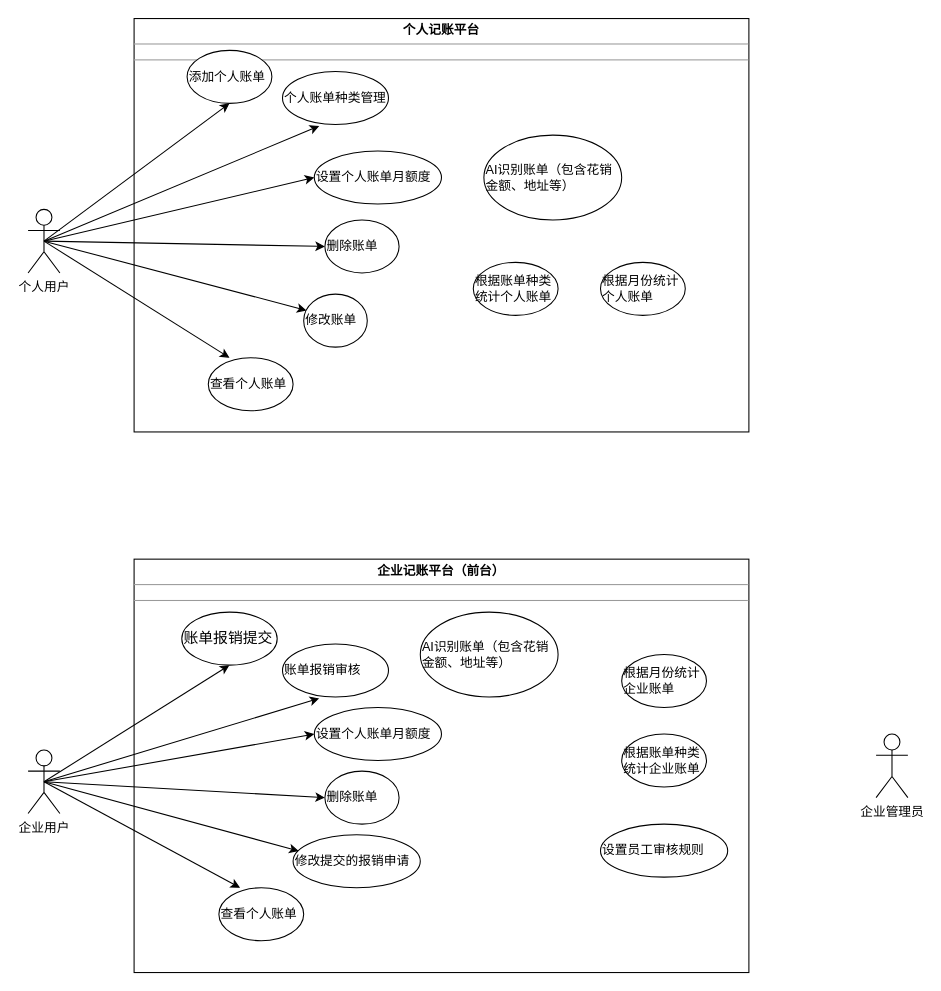
Above: 毕设/账单平台用例图.drawio in imrole/UML (draw.io), before the change. Source tidied: cells renumbered, new cells numbered last; positions are measured from the earlier drawing's top-left corner, leaving out a move shared by most shapes. Both pictures are drawn from the tidied source at 106%, with x=0, y=0 at pixel (28, 18).
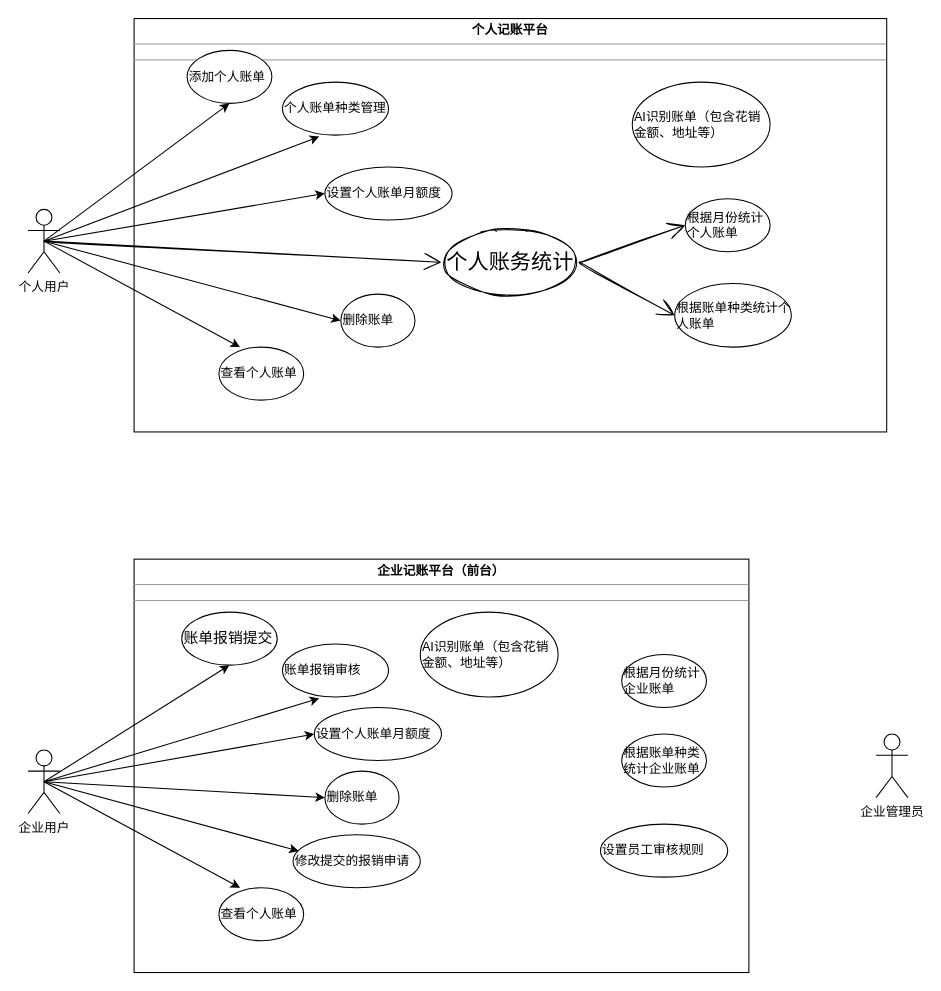
Above is the later version.

Commit message:
Update 账单平台用例图.drawio

The change refers to these unchanged cells:
```xml
<mxCell id="9" value="个人用户" style="shape=umlActor;verticalLabelPosition=bottom;verticalAlign=top;html=1;" parent="1" vertex="1">
  <mxGeometry y="180" width="30" height="60" as="geometry" />
</mxCell>
```

The edit, as a diff of the source:
```diff
@@
     <mxCell id="2" value="&lt;p style=&quot;margin: 0px ; margin-top: 4px ; text-align: center&quot;&gt;&lt;b&gt;个人记账平台&lt;/b&gt;&lt;/p&gt;&lt;hr size=&quot;1&quot;&gt;&lt;div style=&quot;height: 2px&quot;&gt;&lt;/div&gt;&lt;hr size=&quot;1&quot;&gt;&lt;div style=&quot;height: 2px&quot;&gt;&lt;/div&gt;" style="verticalAlign=top;align=left;overflow=fill;fontSize=12;fontFamily=Helvetica;html=1;" parent="1" vertex="1">
-      <mxGeometry x="100" width="580" height="390" as="geometry" />
+      <mxGeometry x="100" width="710" height="390" as="geometry" />
     </mxCell>
@@
-    <mxCell id="7" style="edgeStyle=none;rounded=0;jettySize=auto;html=1;exitX=0.5;exitY=0.5;exitDx=0;exitDy=0;exitPerimeter=0;entryX=0.044;entryY=0.307;entryDx=0;entryDy=0;entryPerimeter=0;" parent="1" edge="1" source="9" target="15">
-      <mxGeometry relative="1" as="geometry" />
-    </mxCell>
@@
     <mxCell id="11" value="个人账单种类管理" style="ellipse;whiteSpace=wrap;html=1;align=left;" parent="1" vertex="1">
-      <mxGeometry x="240" y="50" width="100" height="50" as="geometry" />
+      <mxGeometry x="240" y="60" width="100" height="50" as="geometry" />
     </mxCell>
     <mxCell id="12" value="设置个人账单月额度" style="ellipse;whiteSpace=wrap;html=1;align=left;" parent="1" vertex="1">
-      <mxGeometry x="270" y="125" width="120" height="50" as="geometry" />
+      <mxGeometry x="280" y="140" width="120" height="50" as="geometry" />
     </mxCell>
     <mxCell id="13" value="AI识别账单（包含花销金额、地址等）" style="ellipse;whiteSpace=wrap;html=1;align=left;" parent="1" vertex="1">
-      <mxGeometry x="430" y="110" width="130" height="80" as="geometry" />
+      <mxGeometry x="570" y="60" width="130" height="80" as="geometry" />
     </mxCell>
-    <mxCell id="14" value="删除账单" style="ellipse;whiteSpace=wrap;html=1;align=left;" parent="1" vertex="1">
-      <mxGeometry x="280" y="190" width="70" height="50" as="geometry" />
+    <mxCell id="14" value="删除账单" style="ellipse;whiteSpace=wrap;html=1;align=left;rotation=0;" parent="1" vertex="1">
+      <mxGeometry x="295" y="260" width="70" height="50" as="geometry" />
     </mxCell>
-    <mxCell id="15" value="修改账单" style="ellipse;whiteSpace=wrap;html=1;align=left;" parent="1" vertex="1">
-      <mxGeometry x="260" y="260" width="60" height="50" as="geometry" />
-    </mxCell>
     <mxCell id="16" value="查看个人账单" style="ellipse;whiteSpace=wrap;html=1;align=left;" parent="1" vertex="1">
-      <mxGeometry x="170" y="320" width="80" height="50" as="geometry" />
+      <mxGeometry x="180" y="310" width="80" height="50" as="geometry" />
     </mxCell>
     <mxCell id="17" value="根据账单种类统计个人账单" style="ellipse;whiteSpace=wrap;html=1;align=left;" parent="1" vertex="1">
-      <mxGeometry x="420" y="230" width="80" height="50" as="geometry" />
+      <mxGeometry x="610" y="250" width="110" height="60" as="geometry" />
     </mxCell>
     <mxCell id="18" value="根据月份统计个人账单" style="ellipse;whiteSpace=wrap;html=1;align=left;" parent="1" vertex="1">
-      <mxGeometry x="540" y="230" width="80" height="50" as="geometry" />
+      <mxGeometry x="620" y="170" width="80" height="50" as="geometry" />
     </mxCell>
@@
+    <mxCell id="38" value="个人账务统计" style="ellipse;whiteSpace=wrap;html=1;sketch=1;hachureGap=4;fontFamily=Architects Daughter;fontSize=20;" parent="1" vertex="1">
+      <mxGeometry x="390" y="200" width="130" height="60" as="geometry" />
+    </mxCell>
+    <mxCell id="39" style="edgeStyle=none;jettySize=auto;html=1;rounded=0;sketch=1;hachureGap=4;fontFamily=Architects Daughter;fontSize=16;endArrow=open;startSize=14;endSize=14;sourcePerimeterSpacing=8;targetPerimeterSpacing=8;curved=1;exitX=0.5;exitY=0.5;exitDx=0;exitDy=0;exitPerimeter=0;entryX=0;entryY=0.5;entryDx=0;entryDy=0;" parent="1" edge="1" source="9" target="38">
+      <mxGeometry relative="1" as="geometry" />
+    </mxCell>
+    <mxCell id="40" style="edgeStyle=none;jettySize=auto;html=1;rounded=0;sketch=1;hachureGap=4;fontFamily=Architects Daughter;fontSize=16;endArrow=open;startSize=14;endSize=14;sourcePerimeterSpacing=8;targetPerimeterSpacing=8;curved=1;entryX=0;entryY=0.5;entryDx=0;entryDy=0;exitX=1;exitY=0.5;exitDx=0;exitDy=0;" parent="1" edge="1" source="38" target="18">
+      <mxGeometry relative="1" as="geometry" />
+    </mxCell>
+    <mxCell id="41" style="edgeStyle=none;jettySize=auto;html=1;rounded=0;sketch=1;hachureGap=4;fontFamily=Architects Daughter;fontSize=16;endArrow=open;startSize=14;endSize=14;sourcePerimeterSpacing=8;targetPerimeterSpacing=8;curved=1;entryX=0;entryY=0.5;entryDx=0;entryDy=0;exitX=1;exitY=0.5;exitDx=0;exitDy=0;" parent="1" edge="1" source="38" target="17">
+      <mxGeometry relative="1" as="geometry" />
+    </mxCell>
```
